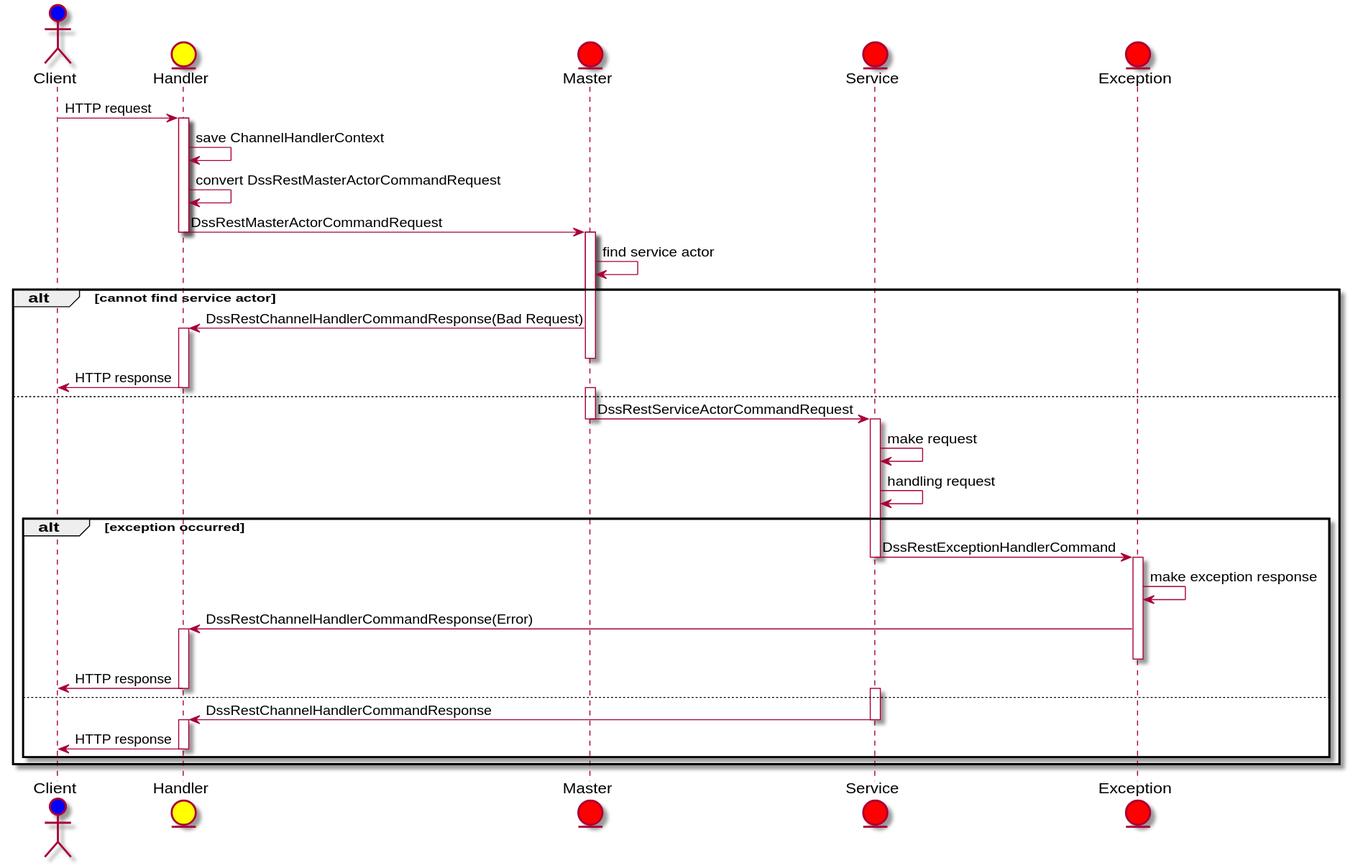
This is document/uml/rest event handling.svg from ztkmkoo/dss, a PlantUML export, as it was before one commit. Source of this version:
```plantuml
@startuml
actor Client #blue
entity Handler #yellow
entity Master #red
entity Service #red
entity Exception #red

Client -> Handler : HTTP request
activate Handler
Handler -> Handler : save ChannelHandlerContext
Handler -> Handler : convert DssRestMasterActorCommandRequest
Handler -> Master : DssRestMasterActorCommandRequest
deactivate Handler
activate Master

Master -> Master: find service actor
alt cannot find service actor
    Master -> Handler : DssRestChannelHandlerCommandResponse(Bad Request)
    activate Handler
    deactivate Master
    Handler -> Client : HTTP response
    deactivate Handler
else
    activate Master
    Master -> Service : DssRestServiceActorCommandRequest
    deactivate Master
    activate Service
    Service -> Service : make request
    Service -> Service : handling request
    alt exception occurred
        Service -> Exception : DssRestExceptionHandlerCommand
        deactivate Service
        activate Exception
        Exception -> Exception : make exception response
        Exception -> Handler : DssRestChannelHandlerCommandResponse(Error)
        activate Handler
        deactivate Exception
        Handler -> Client : HTTP response
        deactivate Handler
    else
        activate Service
        Service -> Handler : DssRestChannelHandlerCommandResponse
        deactivate Service
        activate Handler
        deactivate Exception
        Handler -> Client : HTTP response
        deactivate Handler
    end
end
@enduml
```
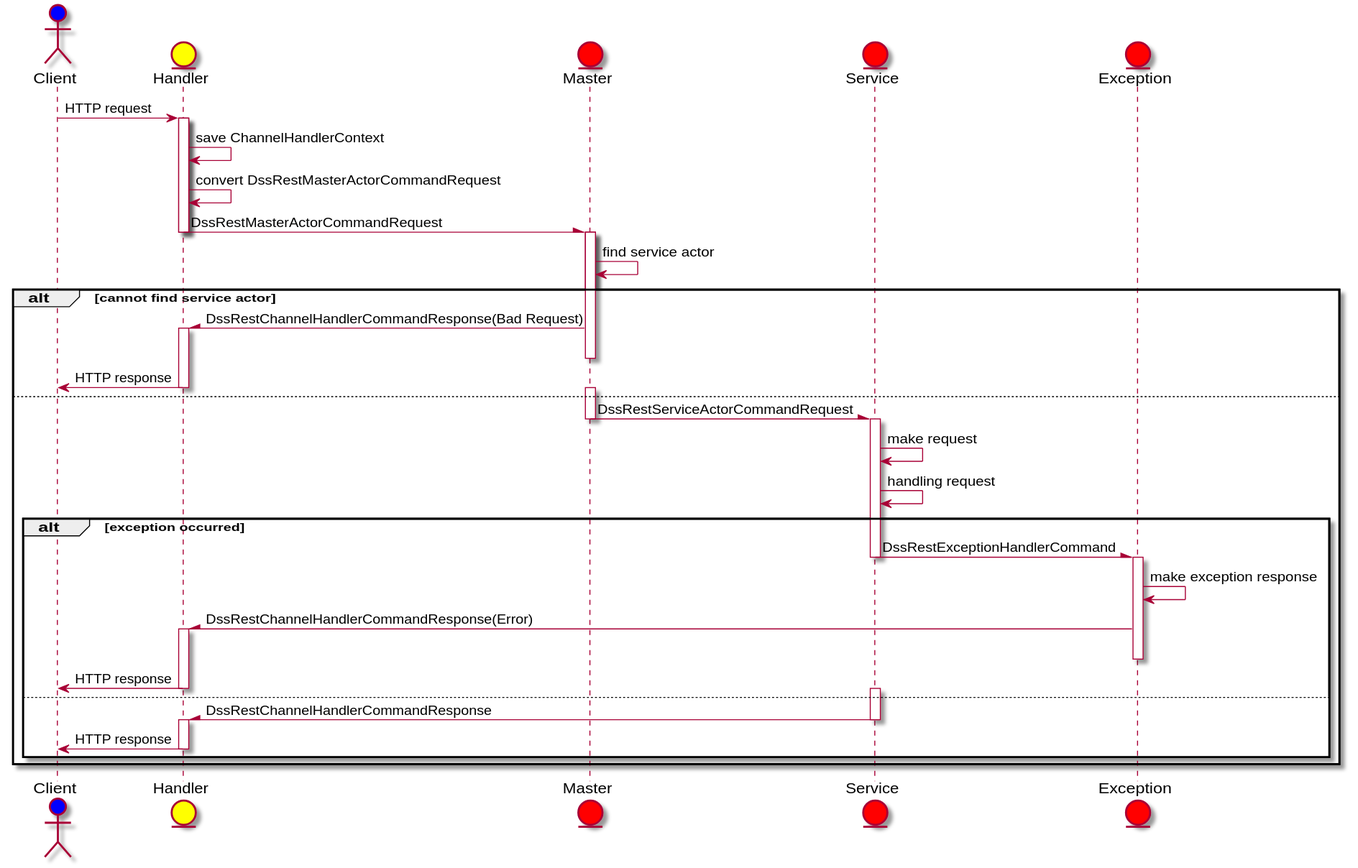
After the change.

What changed in the source:
```diff
@@ -9,37 +9,37 @@
 activate Handler
 Handler -> Handler : save ChannelHandlerContext
 Handler -> Handler : convert DssRestMasterActorCommandRequest
-Handler -> Master : DssRestMasterActorCommandRequest
+Handler -\ Master : DssRestMasterActorCommandRequest
 deactivate Handler
 activate Master
 
 Master -> Master: find service actor
 alt cannot find service actor
-    Master -> Handler : DssRestChannelHandlerCommandResponse(Bad Request)
+    Master -\ Handler : DssRestChannelHandlerCommandResponse(Bad Request)
     activate Handler
     deactivate Master
     Handler -> Client : HTTP response
     deactivate Handler
 else
     activate Master
-    Master -> Service : DssRestServiceActorCommandRequest
+    Master -\ Service : DssRestServiceActorCommandRequest
     deactivate Master
     activate Service
     Service -> Service : make request
     Service -> Service : handling request
     alt exception occurred
-        Service -> Exception : DssRestExceptionHandlerCommand
+        Service -\ Exception : DssRestExceptionHandlerCommand
         deactivate Service
         activate Exception
         Exception -> Exception : make exception response
-        Exception -> Handler : DssRestChannelHandlerCommandResponse(Error)
+        Exception -\ Handler : DssRestChannelHandlerCommandResponse(Error)
         activate Handler
         deactivate Exception
         Handler -> Client : HTTP response
         deactivate Handler
     else
         activate Service
-        Service -> Handler : DssRestChannelHandlerCommandResponse
+        Service -\ Handler : DssRestChannelHandlerCommandResponse
         deactivate Service
         activate Handler
         deactivate Exception
```
